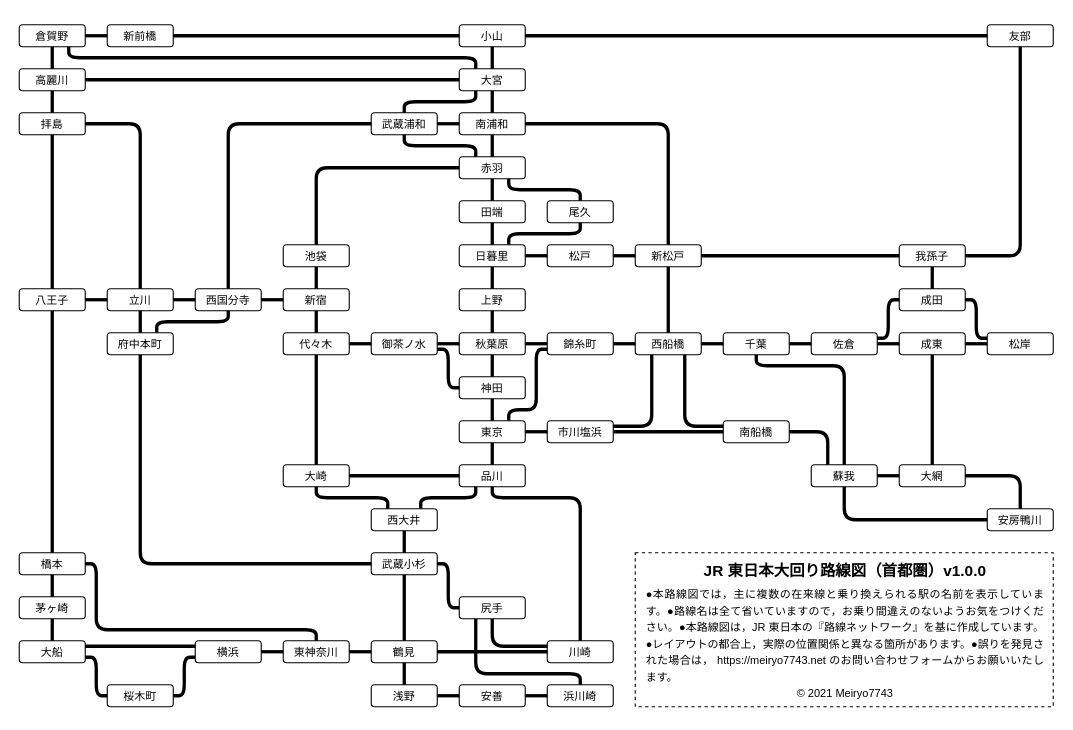
Before: Untitled Diagram.drawio in Meiryo7743/railway-maps-for-omawari, a draw.io diagram. Source tidied: cells renumbered, new cells numbered last; positions are measured from the earlier drawing's top-left corner, leaving out a move shared by most shapes. Both pictures are drawn from the tidied source at 110%, with x=0, y=0 at pixel (19, 24).
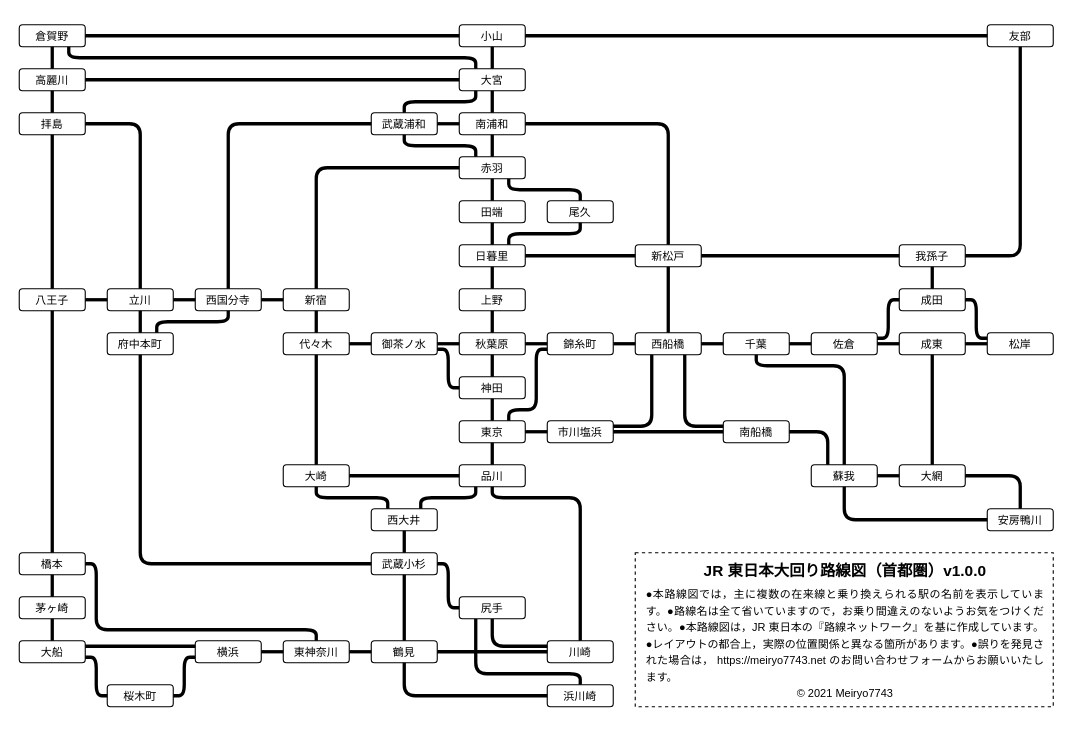
After the change.

The change refers to these unchanged cells:
```xml
<mxCell id="3" value="&lt;p style=&quot;line-height: 100%&quot;&gt;倉賀野&lt;/p&gt;" style="whiteSpace=wrap;html=1;fontSize=10;fontFamily=Roboto, Source Han Sans;spacing=0;fontStyle=0;rounded=1;" parent="1" vertex="1">
  <mxGeometry width="60" height="20" as="geometry" />
</mxCell>
<mxCell id="13" value="&lt;p style=&quot;line-height: 100%&quot;&gt;鶴見&lt;/p&gt;" style="whiteSpace=wrap;html=1;fontSize=10;fontFamily=Roboto, Source Han Sans;spacing=0;fontStyle=0;rounded=1;" parent="1" vertex="1">
  <mxGeometry x="320" y="560" width="60" height="20" as="geometry" />
</mxCell>
<mxCell id="20" value="&lt;p style=&quot;line-height: 100%&quot;&gt;日暮里&lt;/p&gt;" style="whiteSpace=wrap;html=1;fontSize=10;fontFamily=Roboto, Source Han Sans;spacing=0;fontStyle=0;rounded=1;" parent="1" vertex="1">
  <mxGeometry x="400" y="200" width="60" height="20" as="geometry" />
</mxCell>
<mxCell id="22" value="&lt;p style=&quot;line-height: 100%&quot;&gt;赤羽&lt;/p&gt;" style="whiteSpace=wrap;html=1;fontSize=10;fontFamily=Roboto, Source Han Sans;spacing=0;fontStyle=0;rounded=1;" parent="1" vertex="1">
  <mxGeometry x="400" y="120" width="60" height="20" as="geometry" />
</mxCell>
<mxCell id="25" value="&lt;p style=&quot;line-height: 100%&quot;&gt;小山&lt;/p&gt;" style="whiteSpace=wrap;html=1;fontSize=10;fontFamily=Roboto, Source Han Sans;spacing=0;fontStyle=0;rounded=1;" parent="1" vertex="1">
  <mxGeometry x="400" width="60" height="20" as="geometry" />
</mxCell>
<mxCell id="31" value="&lt;p style=&quot;line-height: 100%&quot;&gt;新宿&lt;/p&gt;" style="whiteSpace=wrap;html=1;fontSize=10;fontFamily=Roboto, Source Han Sans;spacing=0;fontStyle=0;rounded=1;" parent="1" vertex="1">
  <mxGeometry x="240" y="240" width="60" height="20" as="geometry" />
</mxCell>
<mxCell id="41" value="&lt;p style=&quot;line-height: 100%&quot;&gt;新松戸&lt;/p&gt;" style="whiteSpace=wrap;html=1;fontSize=10;fontFamily=Roboto, Source Han Sans;spacing=0;fontStyle=0;rounded=1;" parent="1" vertex="1">
  <mxGeometry x="560" y="200" width="60" height="20" as="geometry" />
</mxCell>
<mxCell id="134" value="&lt;p style=&quot;line-height: 100%&quot;&gt;浜川崎&lt;/p&gt;" style="whiteSpace=wrap;html=1;fontSize=10;fontFamily=Roboto, Source Han Sans;spacing=0;fontStyle=0;rounded=1;" parent="1" vertex="1">
  <mxGeometry x="480" y="600" width="60" height="20" as="geometry" />
</mxCell>
```

What changed in the source:
```diff
@@
-    <mxCell id="2" value="&lt;p style=&quot;line-height: 100%&quot;&gt;新前橋&lt;/p&gt;" style="whiteSpace=wrap;html=1;fontSize=10;fontFamily=Roboto, Source Han Sans;spacing=0;fontStyle=0;rounded=1;" parent="1" vertex="1">
-      <mxGeometry x="80" width="60" height="20" as="geometry" />
-    </mxCell>
@@
-    <mxCell id="32" value="&lt;p style=&quot;line-height: 100%&quot;&gt;池袋&lt;/p&gt;" style="whiteSpace=wrap;html=1;fontSize=10;fontFamily=Roboto, Source Han Sans;spacing=0;fontStyle=0;rounded=1;" parent="1" vertex="1">
-      <mxGeometry x="240" y="200" width="60" height="20" as="geometry" />
-    </mxCell>
@@
-    <mxCell id="42" value="&lt;p style=&quot;line-height: 100%&quot;&gt;松戸&lt;/p&gt;" style="whiteSpace=wrap;html=1;fontSize=10;fontFamily=Roboto, Source Han Sans;spacing=0;fontStyle=0;rounded=1;" parent="1" vertex="1">
-      <mxGeometry x="480" y="200" width="60" height="20" as="geometry" />
-    </mxCell>
@@
-    <mxCell id="52" style="endArrow=none;html=1;fontSize=10;entryX=0;entryY=0.5;entryDx=0;entryDy=0;exitX=1;exitY=0.5;exitDx=0;exitDy=0;fontFamily=Roboto, Source Han Sans;strokeWidth=3;" parent="1" edge="1" source="3" target="2">
-      <mxGeometry relative="1" as="geometry" />
-    </mxCell>
@@
-    <mxCell id="62" style="endArrow=none;html=1;fontSize=10;exitX=1;exitY=0.5;exitDx=0;exitDy=0;fontFamily=Roboto, Source Han Sans;strokeWidth=3;" parent="1" edge="1" source="2" target="25">
+    <mxCell id="62" style="endArrow=none;html=1;fontSize=10;exitX=1;exitY=0.5;exitDx=0;exitDy=0;fontFamily=Roboto, Source Han Sans;strokeWidth=3;" parent="1" edge="1" source="3" target="25">
       <mxGeometry relative="1" as="geometry" />
     </mxCell>
@@
-    <mxCell id="90" style="endArrow=none;html=1;fontSize=10;entryX=0.5;entryY=1;entryDx=0;entryDy=0;exitX=0.5;exitY=0;exitDx=0;exitDy=0;fontFamily=Roboto, Source Han Sans;strokeWidth=3;" parent="1" edge="1" source="31" target="32">
-      <mxGeometry relative="1" as="geometry" />
-    </mxCell>
@@
-    <mxCell id="100" style="endArrow=none;html=1;fontSize=10;entryX=0;entryY=0.5;entryDx=0;entryDy=0;exitX=0.5;exitY=0;exitDx=0;exitDy=0;fontFamily=Roboto, Source Han Sans;strokeWidth=3;" parent="1" edge="1" source="32" target="22">
+    <mxCell id="100" style="endArrow=none;html=1;fontSize=10;entryX=0;entryY=0.5;entryDx=0;entryDy=0;exitX=0.5;exitY=0;exitDx=0;exitDy=0;fontFamily=Roboto, Source Han Sans;strokeWidth=3;" parent="1" edge="1" source="31" target="22">
       <mxGeometry relative="1" as="geometry">
         <Array as="points">
           <mxPoint x="270" y="130" />
         </Array>
       </mxGeometry>
     </mxCell>
@@
-    <mxCell id="106" style="endArrow=none;html=1;fontSize=10;exitX=0;exitY=0.5;exitDx=0;exitDy=0;entryX=1;entryY=0.5;entryDx=0;entryDy=0;fontFamily=Roboto, Source Han Sans;strokeWidth=3;" parent="1" edge="1" source="41" target="42">
+    <mxCell id="106" style="endArrow=none;html=1;fontSize=10;exitX=0;exitY=0.5;exitDx=0;exitDy=0;entryX=1;entryY=0.5;entryDx=0;entryDy=0;fontFamily=Roboto, Source Han Sans;strokeWidth=3;" parent="1" edge="1" source="41" target="20">
       <mxGeometry relative="1" as="geometry" />
     </mxCell>
@@
-    <mxCell id="113" style="endArrow=none;html=1;fontSize=10;entryX=0;entryY=0.5;entryDx=0;entryDy=0;exitX=1;exitY=0.5;exitDx=0;exitDy=0;fontFamily=Roboto, Source Han Sans;strokeWidth=3;" parent="1" edge="1" source="20" target="42">
-      <mxGeometry relative="1" as="geometry" />
-    </mxCell>
@@
-    <mxCell id="132" value="&lt;p style=&quot;line-height: 100%&quot;&gt;浅野&lt;/p&gt;" style="whiteSpace=wrap;html=1;fontSize=10;fontFamily=Roboto, Source Han Sans;spacing=0;fontStyle=0;rounded=1;" parent="1" vertex="1">
-      <mxGeometry x="320" y="600" width="60" height="20" as="geometry" />
-    </mxCell>
-    <mxCell id="133" value="&lt;p style=&quot;line-height: 100%&quot;&gt;安善&lt;/p&gt;" style="whiteSpace=wrap;html=1;fontSize=10;fontFamily=Roboto, Source Han Sans;spacing=0;fontStyle=0;rounded=1;" parent="1" vertex="1">
-      <mxGeometry x="400" y="600" width="60" height="20" as="geometry" />
-    </mxCell>
@@
-    <mxCell id="135" style="endArrow=none;html=1;fontSize=10;entryX=0.5;entryY=1;entryDx=0;entryDy=0;exitX=0.5;exitY=0;exitDx=0;exitDy=0;fontFamily=Roboto, Source Han Sans;strokeWidth=3;" parent="1" edge="1" source="132" target="13">
-      <mxGeometry relative="1" as="geometry" />
+    <mxCell id="135" style="endArrow=none;html=1;fontSize=10;entryX=0.5;entryY=1;entryDx=0;entryDy=0;exitX=0;exitY=0.5;exitDx=0;exitDy=0;fontFamily=Roboto, Source Han Sans;strokeWidth=3;" parent="1" edge="1" source="134" target="13">
+      <mxGeometry relative="1" as="geometry">
+        <Array as="points">
+          <mxPoint x="350" y="610" />
+        </Array>
+      </mxGeometry>
     </mxCell>
-    <mxCell id="136" style="endArrow=none;html=1;fontSize=10;entryX=1;entryY=0.5;entryDx=0;entryDy=0;exitX=0;exitY=0.5;exitDx=0;exitDy=0;fontFamily=Roboto, Source Han Sans;strokeWidth=3;" parent="1" edge="1" source="133" target="132">
-      <mxGeometry relative="1" as="geometry" />
-    </mxCell>
-    <mxCell id="137" style="endArrow=none;html=1;fontSize=10;exitX=1;exitY=0.5;exitDx=0;exitDy=0;entryX=0;entryY=0.5;entryDx=0;entryDy=0;fontFamily=Roboto, Source Han Sans;strokeWidth=3;" parent="1" edge="1" source="133" target="134">
-      <mxGeometry relative="1" as="geometry" />
-    </mxCell>
```
